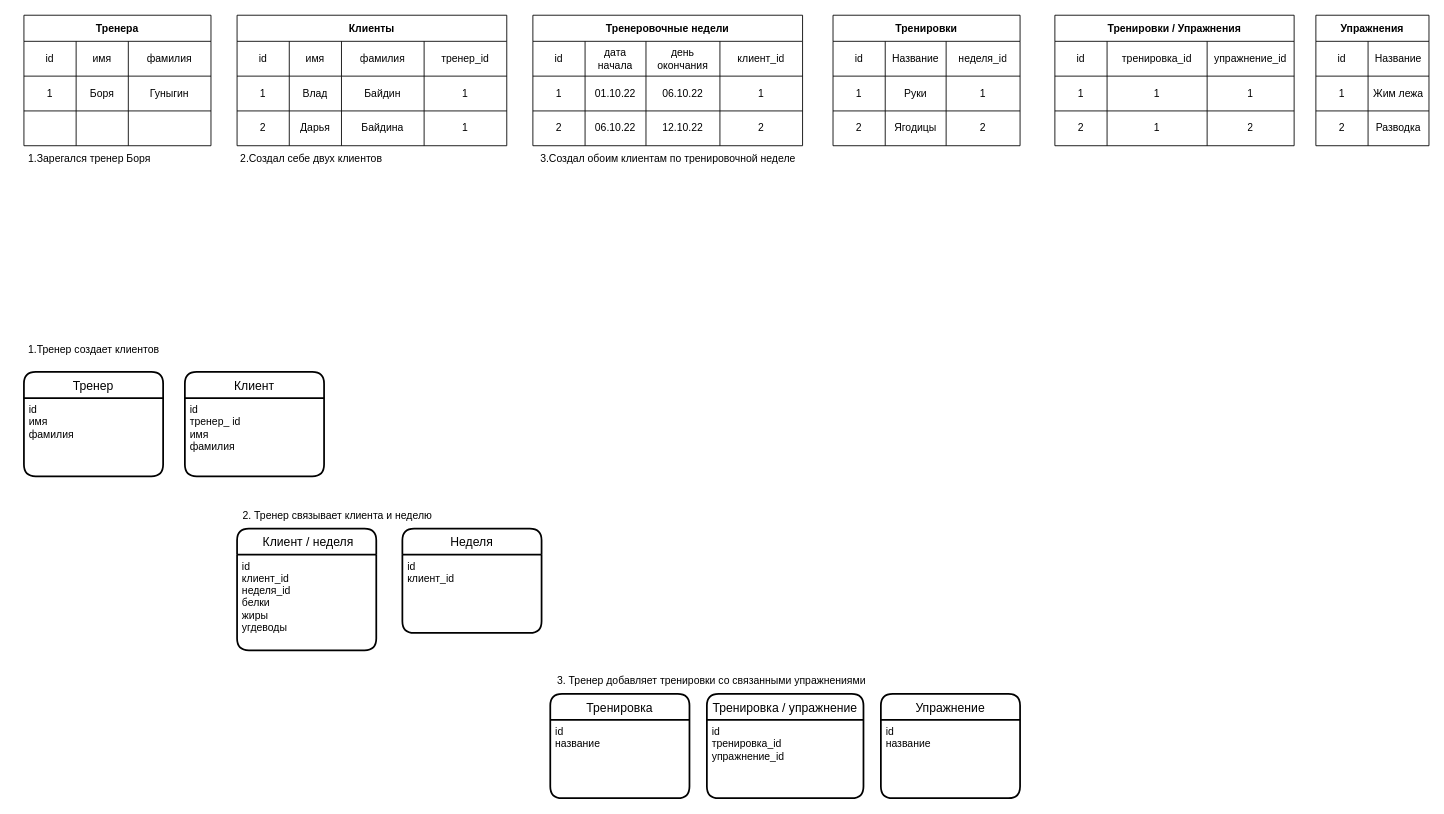
baidinvladislav/cracking-interview keeps this draw.io diagram as Диаграмма без названия.drawio. Above is the earlier version. Source tidied: cells renumbered, new cells numbered last; positions are measured from the earlier drawing's top-left corner, leaving out a move shared by most shapes. Both pictures are drawn from the tidied source at 87%, with x=0, y=0 at pixel (15, 15).
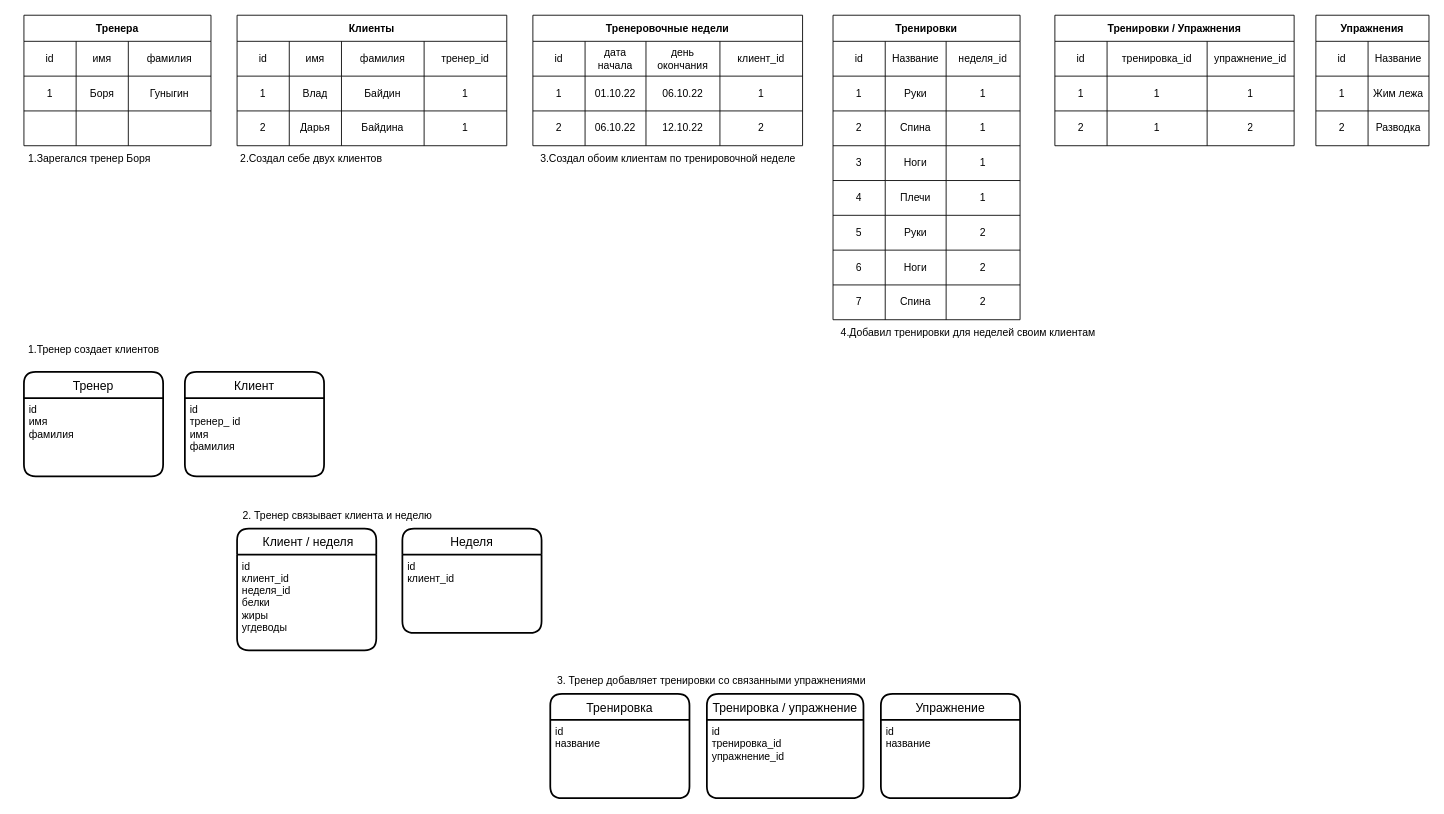
Above is the later version.

The change refers to these unchanged cells:
```xml
<mxCell id="73" style="shape=tableRow;horizontal=0;startSize=0;swimlaneHead=0;swimlaneBody=0;top=0;left=0;bottom=0;right=0;fillColor=none;" parent="64" vertex="1">
  <mxGeometry y="110" width="215" height="40" as="geometry" />
</mxCell>
```

What changed in the source:
```diff
@@
     <mxCell id="64" value="Тренировки" style="shape=table;startSize=30;childLayout=tableLayout;fontStyle=1;align=center;" parent="1" vertex="1">
-      <mxGeometry x="940" width="215" height="150" as="geometry" />
+      <mxGeometry x="940" width="215" height="350" as="geometry" />
     </mxCell>
@@
-    <mxCell id="75" value="Ягодицы" style="shape=partialRectangle;html=1;whiteSpace=wrap;fillColor=none;top=0;left=0;bottom=0;right=0;overflow=hidden;" parent="73" vertex="1">
+    <mxCell id="75" value="Спина" style="shape=partialRectangle;html=1;whiteSpace=wrap;fillColor=none;top=0;left=0;bottom=0;right=0;overflow=hidden;" parent="73" vertex="1">
       <mxGeometry x="60" width="70" height="40" as="geometry" />
     </mxCell>
-    <mxCell id="76" value="2" style="shape=partialRectangle;html=1;whiteSpace=wrap;fillColor=none;top=0;left=0;bottom=0;right=0;overflow=hidden;" parent="73" vertex="1">
+    <mxCell id="76" value="1" style="shape=partialRectangle;html=1;whiteSpace=wrap;fillColor=none;top=0;left=0;bottom=0;right=0;overflow=hidden;" parent="73" vertex="1">
       <mxGeometry x="130" width="85" height="40" as="geometry" />
     </mxCell>
+    <mxCell id="103" style="shape=tableRow;horizontal=0;startSize=0;swimlaneHead=0;swimlaneBody=0;top=0;left=0;bottom=0;right=0;fillColor=none;" parent="64" vertex="1">
+      <mxGeometry y="150" width="215" height="40" as="geometry" />
+    </mxCell>
+    <mxCell id="104" value="3" style="shape=partialRectangle;html=1;whiteSpace=wrap;fillColor=none;top=0;left=0;bottom=0;right=0;overflow=hidden;" parent="103" vertex="1">
+      <mxGeometry width="60" height="40" as="geometry" />
+    </mxCell>
+    <mxCell id="105" value="Ноги" style="shape=partialRectangle;html=1;whiteSpace=wrap;fillColor=none;top=0;left=0;bottom=0;right=0;overflow=hidden;" parent="103" vertex="1">
+      <mxGeometry x="60" width="70" height="40" as="geometry" />
+    </mxCell>
+    <mxCell id="106" value="1" style="shape=partialRectangle;html=1;whiteSpace=wrap;fillColor=none;top=0;left=0;bottom=0;right=0;overflow=hidden;" parent="103" vertex="1">
+      <mxGeometry x="130" width="85" height="40" as="geometry" />
+    </mxCell>
+    <mxCell id="107" style="shape=tableRow;horizontal=0;startSize=0;swimlaneHead=0;swimlaneBody=0;top=0;left=0;bottom=0;right=0;fillColor=none;" parent="64" vertex="1">
+      <mxGeometry y="190" width="215" height="40" as="geometry" />
+    </mxCell>
+    <mxCell id="108" value="4" style="shape=partialRectangle;html=1;whiteSpace=wrap;fillColor=none;top=0;left=0;bottom=0;right=0;overflow=hidden;" parent="107" vertex="1">
+      <mxGeometry width="60" height="40" as="geometry" />
+    </mxCell>
+    <mxCell id="109" value="Плечи" style="shape=partialRectangle;html=1;whiteSpace=wrap;fillColor=none;top=0;left=0;bottom=0;right=0;overflow=hidden;" parent="107" vertex="1">
+      <mxGeometry x="60" width="70" height="40" as="geometry" />
+    </mxCell>
+    <mxCell id="110" value="1" style="shape=partialRectangle;html=1;whiteSpace=wrap;fillColor=none;top=0;left=0;bottom=0;right=0;overflow=hidden;" parent="107" vertex="1">
+      <mxGeometry x="130" width="85" height="40" as="geometry" />
+    </mxCell>
+    <mxCell id="111" style="shape=tableRow;horizontal=0;startSize=0;swimlaneHead=0;swimlaneBody=0;top=0;left=0;bottom=0;right=0;fillColor=none;" parent="64" vertex="1">
+      <mxGeometry y="230" width="215" height="40" as="geometry" />
+    </mxCell>
+    <mxCell id="112" value="5" style="shape=partialRectangle;html=1;whiteSpace=wrap;fillColor=none;top=0;left=0;bottom=0;right=0;overflow=hidden;" parent="111" vertex="1">
+      <mxGeometry width="60" height="40" as="geometry" />
+    </mxCell>
+    <mxCell id="113" value="Руки" style="shape=partialRectangle;html=1;whiteSpace=wrap;fillColor=none;top=0;left=0;bottom=0;right=0;overflow=hidden;" parent="111" vertex="1">
+      <mxGeometry x="60" width="70" height="40" as="geometry" />
+    </mxCell>
+    <mxCell id="114" value="2" style="shape=partialRectangle;html=1;whiteSpace=wrap;fillColor=none;top=0;left=0;bottom=0;right=0;overflow=hidden;" parent="111" vertex="1">
+      <mxGeometry x="130" width="85" height="40" as="geometry" />
+    </mxCell>
+    <mxCell id="115" style="shape=tableRow;horizontal=0;startSize=0;swimlaneHead=0;swimlaneBody=0;top=0;left=0;bottom=0;right=0;fillColor=none;" parent="64" vertex="1">
+      <mxGeometry y="270" width="215" height="40" as="geometry" />
+    </mxCell>
+    <mxCell id="116" value="6" style="shape=partialRectangle;html=1;whiteSpace=wrap;fillColor=none;top=0;left=0;bottom=0;right=0;overflow=hidden;" parent="115" vertex="1">
+      <mxGeometry width="60" height="40" as="geometry" />
+    </mxCell>
+    <mxCell id="117" value="Ноги" style="shape=partialRectangle;html=1;whiteSpace=wrap;fillColor=none;top=0;left=0;bottom=0;right=0;overflow=hidden;" parent="115" vertex="1">
+      <mxGeometry x="60" width="70" height="40" as="geometry" />
+    </mxCell>
+    <mxCell id="118" value="2" style="shape=partialRectangle;html=1;whiteSpace=wrap;fillColor=none;top=0;left=0;bottom=0;right=0;overflow=hidden;" parent="115" vertex="1">
+      <mxGeometry x="130" width="85" height="40" as="geometry" />
+    </mxCell>
+    <mxCell id="119" style="shape=tableRow;horizontal=0;startSize=0;swimlaneHead=0;swimlaneBody=0;top=0;left=0;bottom=0;right=0;fillColor=none;" parent="64" vertex="1">
+      <mxGeometry y="310" width="215" height="40" as="geometry" />
+    </mxCell>
+    <mxCell id="120" value="7" style="shape=partialRectangle;html=1;whiteSpace=wrap;fillColor=none;top=0;left=0;bottom=0;right=0;overflow=hidden;" parent="119" vertex="1">
+      <mxGeometry width="60" height="40" as="geometry" />
+    </mxCell>
+    <mxCell id="121" value="Спина" style="shape=partialRectangle;html=1;whiteSpace=wrap;fillColor=none;top=0;left=0;bottom=0;right=0;overflow=hidden;" parent="119" vertex="1">
+      <mxGeometry x="60" width="70" height="40" as="geometry" />
+    </mxCell>
+    <mxCell id="122" value="2" style="shape=partialRectangle;html=1;whiteSpace=wrap;fillColor=none;top=0;left=0;bottom=0;right=0;overflow=hidden;" parent="119" vertex="1">
+      <mxGeometry x="130" width="85" height="40" as="geometry" />
+    </mxCell>
@@
+    <mxCell id="123" value="4.Добавил тренировки для неделей своим клиентам" style="text;html=1;align=center;verticalAlign=middle;fillColor=none;strokeColor=none;rounded=0;" parent="1" vertex="1">
+      <mxGeometry x="935" y="350" width="320" height="30" as="geometry" />
+    </mxCell>
```
